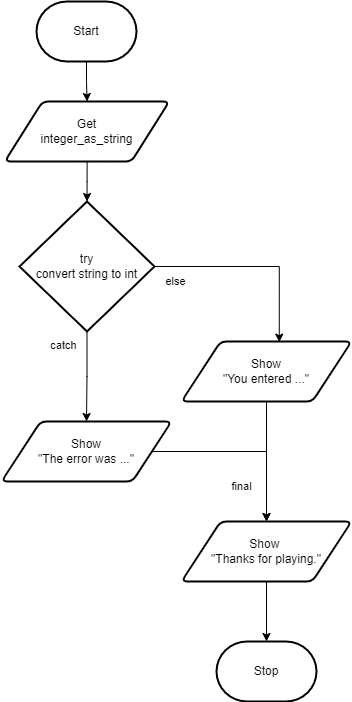
Before: docs/structured-problem-solving/images/flowchart-try-catch.png, a diagram exported from draw.io (Mr-Coxall/Computer-Based-Problem-Solving). Source tidied: cells renumbered, new cells last; positions are measured from the earlier drawing's top-left corner, leaving out a move shared by most shapes.
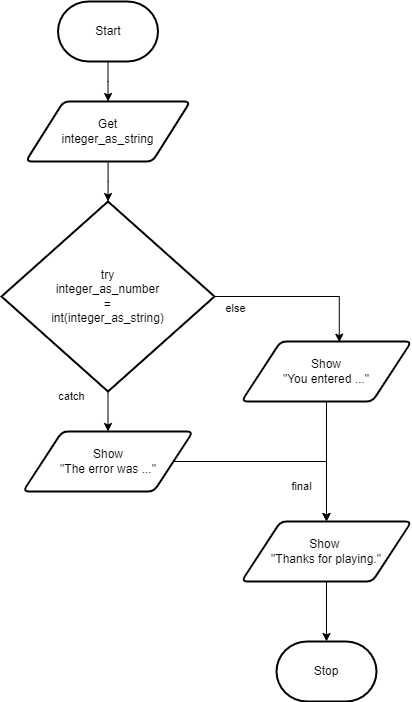
Above is the later version.

Change to the diagram source:
```diff
@@ -6,13 +6,13 @@
       <mxGeometry relative="1" as="geometry" />
     </mxCell>
     <mxCell id="3" value="Start" style="strokeWidth=2;html=1;shape=mxgraph.flowchart.terminator;whiteSpace=wrap;" parent="1" vertex="1">
-      <mxGeometry x="35" width="100" height="60" as="geometry" />
+      <mxGeometry x="-3.5" width="100" height="60" as="geometry" />
     </mxCell>
     <mxCell id="4" style="edgeStyle=orthogonalEdgeStyle;html=1;rounded=0;" parent="1" edge="1" source="5" target="10">
       <mxGeometry relative="1" as="geometry" />
     </mxCell>
     <mxCell id="5" value="Get&lt;br&gt;integer_as_string" style="shape=parallelogram;html=1;strokeWidth=2;perimeter=parallelogramPerimeter;whiteSpace=wrap;rounded=1;arcSize=12;size=0.23;" parent="1" vertex="1">
-      <mxGeometry x="3.2" y="100" width="164.5" height="60" as="geometry" />
+      <mxGeometry x="-35.8" y="100" width="164.5" height="60" as="geometry" />
     </mxCell>
     <mxCell id="6" value="Stop" style="strokeWidth=2;html=1;shape=mxgraph.flowchart.terminator;whiteSpace=wrap;" parent="1" vertex="1">
       <mxGeometry x="215" y="640" width="100" height="60" as="geometry" />
@@ -28,11 +28,11 @@
     <mxCell id="9" style="edgeStyle=orthogonalEdgeStyle;shape=connector;rounded=0;html=1;labelBackgroundColor=default;strokeColor=default;fontFamily=Helvetica;fontSize=11;fontColor=default;endArrow=classic;" parent="1" edge="1" source="10" target="15">
       <mxGeometry relative="1" as="geometry" />
     </mxCell>
-    <mxCell id="10" value="try&lt;br&gt;convert string to int" style="strokeWidth=2;html=1;shape=mxgraph.flowchart.decision;whiteSpace=wrap;" parent="1" vertex="1">
-      <mxGeometry x="18" y="200" width="135" height="130" as="geometry" />
+    <mxCell id="10" value="try&lt;br&gt;integer_as_number&lt;br&gt;=&lt;br&gt;int(integer_as_string)" style="strokeWidth=2;html=1;shape=mxgraph.flowchart.decision;whiteSpace=wrap;" parent="1" vertex="1">
+      <mxGeometry x="-60" y="200" width="213" height="190" as="geometry" />
     </mxCell>
     <mxCell id="11" value="catch" style="text;html=1;align=center;verticalAlign=middle;strokeColor=none;fillColor=none;fontSize=11;fontFamily=Helvetica;fontColor=default;" parent="1" vertex="1">
-      <mxGeometry x="37" y="329" width="50" height="30" as="geometry" />
+      <mxGeometry x="-15" y="380" width="50" height="30" as="geometry" />
     </mxCell>
     <mxCell id="12" style="edgeStyle=orthogonalEdgeStyle;shape=connector;rounded=0;html=1;labelBackgroundColor=default;strokeColor=default;fontFamily=Helvetica;fontSize=11;fontColor=default;endArrow=classic;" parent="1" edge="1" source="13">
       <mxGeometry relative="1" as="geometry">
@@ -46,10 +46,10 @@
       <mxGeometry relative="1" as="geometry" />
     </mxCell>
     <mxCell id="15" value="Show &lt;br&gt;&quot;The error was ...&quot;" style="shape=parallelogram;html=1;strokeWidth=2;perimeter=parallelogramPerimeter;whiteSpace=wrap;rounded=1;arcSize=12;size=0.23;" parent="1" vertex="1">
-      <mxGeometry y="420" width="170" height="60" as="geometry" />
+      <mxGeometry x="-38.5" y="430" width="170" height="60" as="geometry" />
     </mxCell>
     <mxCell id="16" value="else" style="text;html=1;align=center;verticalAlign=middle;strokeColor=none;fillColor=none;fontSize=11;fontFamily=Helvetica;fontColor=default;" parent="1" vertex="1">
-      <mxGeometry x="154" y="265" width="40" height="30" as="geometry" />
+      <mxGeometry x="154" y="292" width="40" height="30" as="geometry" />
     </mxCell>
     <mxCell id="17" style="edgeStyle=orthogonalEdgeStyle;shape=connector;rounded=0;html=1;labelBackgroundColor=default;strokeColor=default;fontFamily=Helvetica;fontSize=11;fontColor=default;endArrow=classic;" parent="1" edge="1" source="18" target="6">
       <mxGeometry relative="1" as="geometry" />
```
